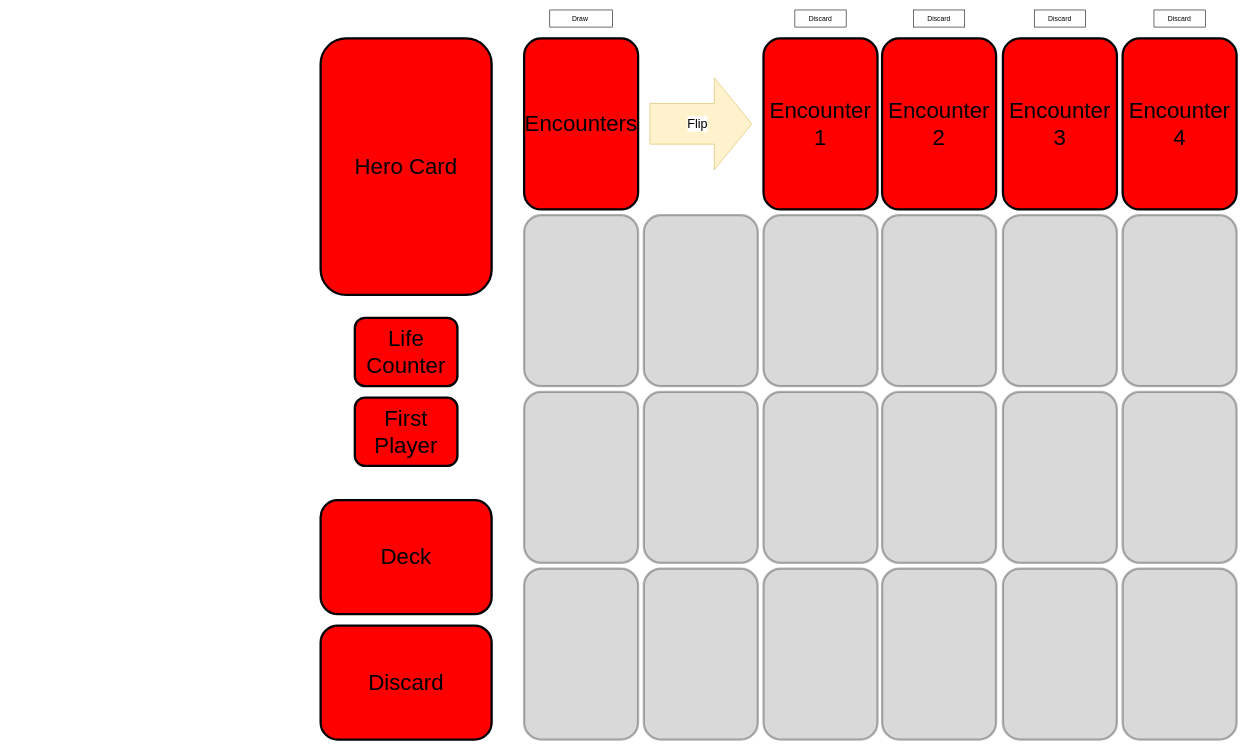
This is wireframes/Player Mat.drawio from funkymonkeymonk/tts-marvel-champions-automated, a draw.io file, before an edit. Source tidied: cells renumbered, new cells numbered last; positions are measured from the earlier drawing's top-left corner, leaving out a move shared by most shapes. Both pictures are drawn from the tidied source at 57%, with x=0, y=0 at pixel (320, 10).
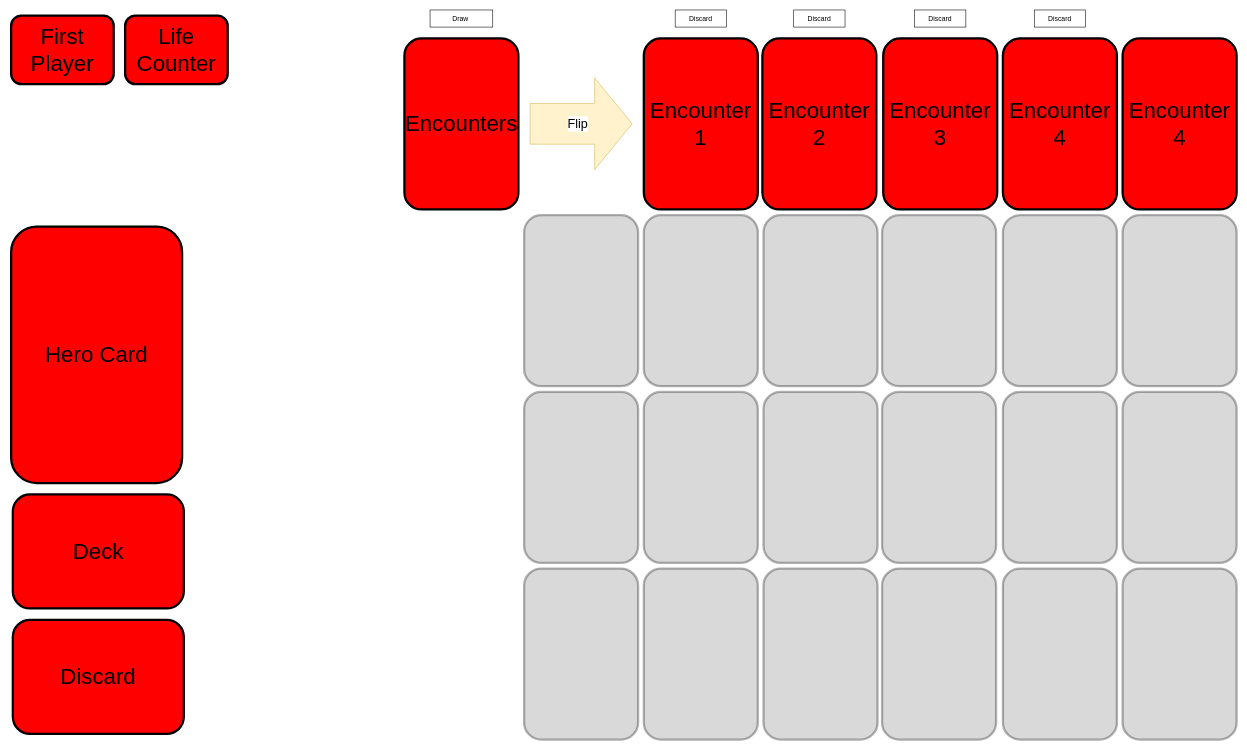
The same diagram, later.

Commit message:
expand overlay to match player mat ratio

What changed in the source:
```diff
@@
     <mxCell id="2" value="Hero Card" style="rounded=1;whiteSpace=wrap;html=1;fontFamily=Bangers;FType=g;fontSize=39;fillColor=#FF0000;strokeWidth=4;shadow=0;comic=0;glass=0;" parent="1" vertex="1">
-      <mxGeometry y="50" width="300" height="450" as="geometry" />
+      <mxGeometry x="-543" y="380" width="300" height="450" as="geometry" />
     </mxCell>
     <mxCell id="3" value="Life Counter" style="rounded=1;whiteSpace=wrap;html=1;fontFamily=Bangers;FType=g;fontSize=39;fillColor=#FF0000;strokeWidth=4;shadow=0;comic=0;glass=0;" parent="1" vertex="1">
-      <mxGeometry x="60" y="540" width="180" height="120" as="geometry" />
+      <mxGeometry x="-343" y="10" width="180" height="120" as="geometry" />
     </mxCell>
     <mxCell id="4" value="Discard" style="rounded=1;whiteSpace=wrap;html=1;fontFamily=Bangers;FType=g;fontSize=39;fillColor=#FF0000;strokeWidth=4;shadow=0;comic=0;glass=0;direction=south;" parent="1" vertex="1">
-      <mxGeometry y="1080" width="300" height="200" as="geometry" />
+      <mxGeometry x="-540" y="1070" width="300" height="200" as="geometry" />
     </mxCell>
     <mxCell id="5" value="Deck" style="rounded=1;whiteSpace=wrap;html=1;fontFamily=Bangers;FType=g;fontSize=39;fillColor=#FF0000;strokeWidth=4;shadow=0;comic=0;glass=0;direction=south;" parent="1" vertex="1">
-      <mxGeometry y="860" width="300" height="200" as="geometry" />
+      <mxGeometry x="-540" y="850" width="300" height="200" as="geometry" />
     </mxCell>
     <mxCell id="6" value="Encounter 1" style="rounded=1;whiteSpace=wrap;html=1;fontFamily=Bangers;FType=g;fontSize=39;fillColor=#FF0000;strokeWidth=4;shadow=0;comic=0;glass=0;" parent="1" vertex="1">
-      <mxGeometry x="777" y="50" width="200" height="300" as="geometry" />
+      <mxGeometry x="567" y="50" width="200" height="300" as="geometry" />
     </mxCell>
     <mxCell id="7" value="Encounter 2" style="rounded=1;whiteSpace=wrap;html=1;fontFamily=Bangers;FType=g;fontSize=39;fillColor=#FF0000;strokeWidth=4;shadow=0;comic=0;glass=0;" parent="1" vertex="1">
-      <mxGeometry x="985" y="50" width="200" height="300" as="geometry" />
+      <mxGeometry x="775" y="50" width="200" height="300" as="geometry" />
     </mxCell>
     <mxCell id="8" value="Encounter 3" style="rounded=1;whiteSpace=wrap;html=1;fontFamily=Bangers;FType=g;fontSize=39;fillColor=#FF0000;strokeWidth=4;shadow=0;comic=0;glass=0;" parent="1" vertex="1">
-      <mxGeometry x="1197" y="50" width="200" height="300" as="geometry" />
+      <mxGeometry x="987" y="50" width="200" height="300" as="geometry" />
     </mxCell>
     <mxCell id="9" value="Encounter 4" style="rounded=1;whiteSpace=wrap;html=1;fontFamily=Bangers;FType=g;fontSize=39;fillColor=#FF0000;strokeWidth=4;shadow=0;comic=0;glass=0;" parent="1" vertex="1">
-      <mxGeometry x="1407" y="50" width="200" height="300" as="geometry" />
+      <mxGeometry x="1197" y="50" width="200" height="300" as="geometry" />
     </mxCell>
     <mxCell id="10" value="Encounters" style="rounded=1;whiteSpace=wrap;html=1;fontFamily=Bangers;FType=g;fontSize=39;fillColor=#FF0000;strokeWidth=4;shadow=0;comic=0;glass=0;" parent="1" vertex="1">
-      <mxGeometry x="357" y="50" width="200" height="300" as="geometry" />
+      <mxGeometry x="147" y="50" width="200" height="300" as="geometry" />
     </mxCell>
     <mxCell id="11" value="Draw&amp;nbsp;" style="rounded=0;whiteSpace=wrap;html=1;fontFamily=Bangers;" parent="1" vertex="1">
-      <mxGeometry x="402" width="110" height="30" as="geometry" />
+      <mxGeometry x="192" width="110" height="30" as="geometry" />
     </mxCell>
     <mxCell id="12" value="Discard" style="rounded=0;whiteSpace=wrap;html=1;fontFamily=Bangers;" parent="1" vertex="1">
-      <mxGeometry x="832" width="90" height="30" as="geometry" />
+      <mxGeometry x="622" width="90" height="30" as="geometry" />
     </mxCell>
@@
     <mxCell id="14" value="First Player" style="rounded=1;whiteSpace=wrap;html=1;fontFamily=Bangers;FType=g;fontSize=39;fillColor=#FF0000;strokeWidth=4;shadow=0;comic=0;glass=0;" parent="1" vertex="1">
-      <mxGeometry x="60" y="680" width="180" height="120" as="geometry" />
+      <mxGeometry x="-543" y="10" width="180" height="120" as="geometry" />
     </mxCell>
     <mxCell id="15" style="shape=flexArrow;endArrow=classic;html=1;fontFamily=Bangers;endWidth=88.57142857142858;endSize=21.614285714285717;width=71.42857142857143;fillColor=#fff2cc;strokeColor=#d6b656;" parent="1" edge="1">
       <mxGeometry relative="1" as="geometry">
-        <mxPoint x="577" y="199.7" as="sourcePoint" />
-        <mxPoint x="757" y="199.7" as="targetPoint" />
+        <mxPoint x="367" y="199.7" as="sourcePoint" />
+        <mxPoint x="547" y="199.7" as="targetPoint" />
       </mxGeometry>
     </mxCell>
@@
     <mxCell id="17" value="Discard" style="rounded=0;whiteSpace=wrap;html=1;fontFamily=Bangers;" parent="1" vertex="1">
-      <mxGeometry x="1040" width="90" height="30" as="geometry" />
+      <mxGeometry x="830" width="90" height="30" as="geometry" />
     </mxCell>
     <mxCell id="18" value="Discard" style="rounded=0;whiteSpace=wrap;html=1;fontFamily=Bangers;" parent="1" vertex="1">
-      <mxGeometry x="1252" width="90" height="30" as="geometry" />
+      <mxGeometry x="1042" width="90" height="30" as="geometry" />
     </mxCell>
     <mxCell id="19" value="Discard" style="rounded=0;whiteSpace=wrap;html=1;fontFamily=Bangers;" parent="1" vertex="1">
-      <mxGeometry x="1462" width="90" height="30" as="geometry" />
+      <mxGeometry x="1252" width="90" height="30" as="geometry" />
     </mxCell>
@@
+    <mxCell id="37" value="Encounter 4" style="rounded=1;whiteSpace=wrap;html=1;fontFamily=Bangers;FType=g;fontSize=39;fillColor=#FF0000;strokeWidth=4;shadow=0;comic=0;glass=0;" parent="1" vertex="1">
+      <mxGeometry x="1407" y="50" width="200" height="300" as="geometry" />
+    </mxCell>
```
